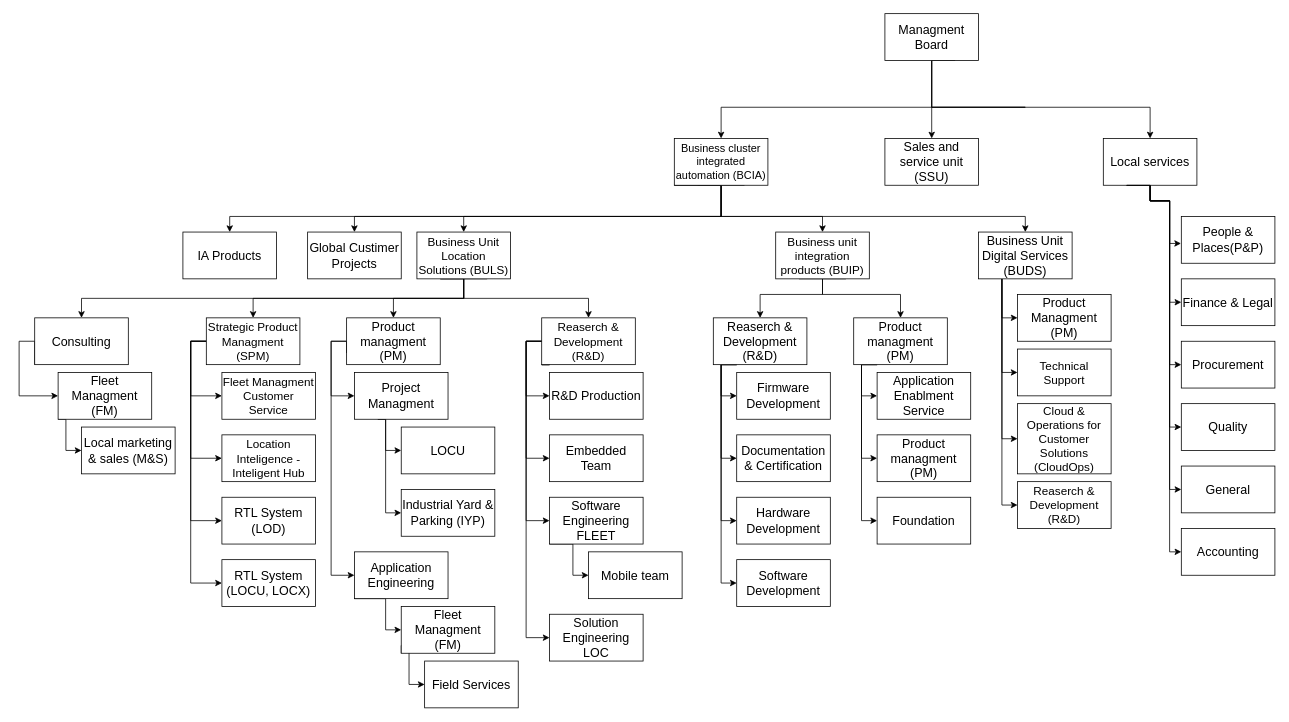
Before: TBP.drawio in VilimTrakos/TDP_projekt, a draw.io diagram. Source tidied: cells renumbered, new cells numbered last; positions are measured from the earlier drawing's top-left corner, leaving out a move shared by most shapes. Both pictures are drawn from the tidied source at 78%, with x=0, y=0 at pixel (19, 13).
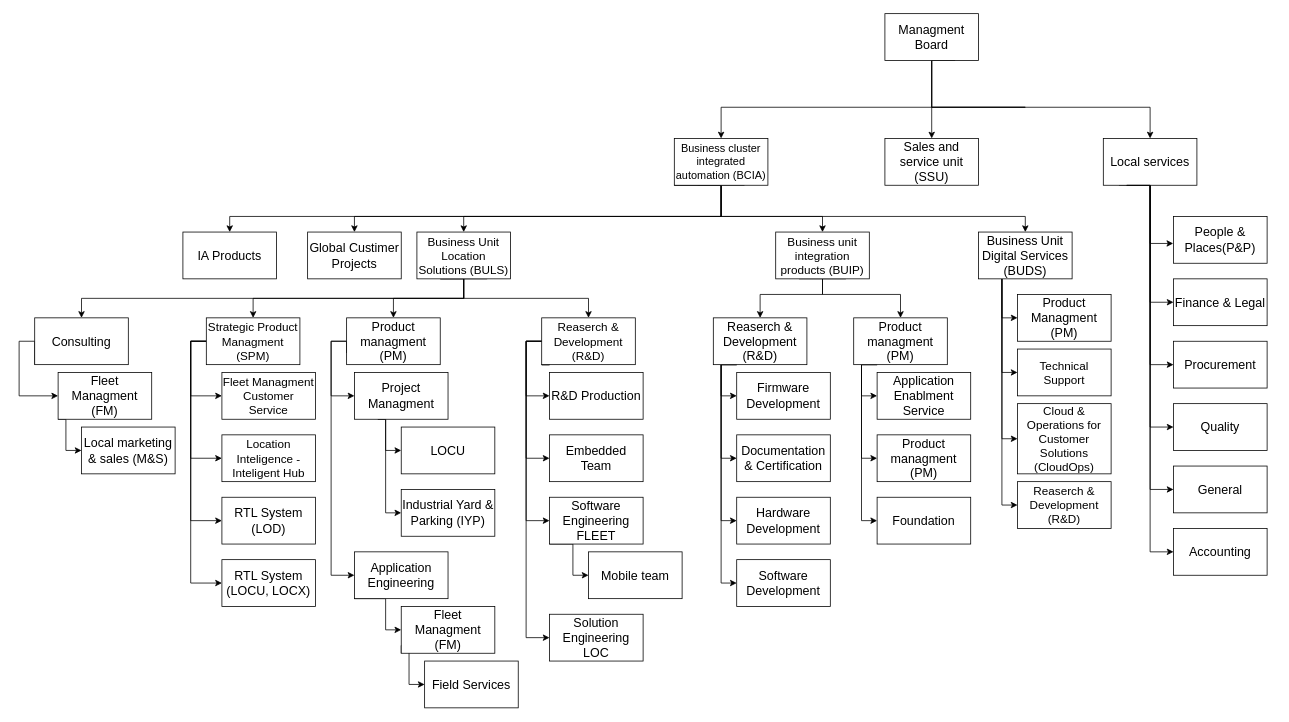
Above is the later version.

Unchanged cells that the change refers to:
```xml
<mxCell id="12" value="Local services" style="rounded=0;whiteSpace=wrap;html=1;fontSize=16;" parent="1" vertex="1">
  <mxGeometry x="1390" y="160" width="120" height="60" as="geometry" />
</mxCell>
```

What changed in the source:
```diff
@@
     <mxCell id="7" style="edgeStyle=orthogonalEdgeStyle;rounded=0;jettySize=auto;html=1;exitX=0.25;exitY=1;exitDx=0;exitDy=0;entryX=0;entryY=0.5;entryDx=0;entryDy=0;" parent="1" edge="1" source="12" target="35">
       <mxGeometry relative="1" as="geometry">
         <Array as="points">
           <mxPoint x="1450" y="220" />
-          <mxPoint x="1450" y="240" />
-          <mxPoint x="1475" y="240" />
-          <mxPoint x="1475" y="370" />
+          <mxPoint x="1450" y="370" />
         </Array>
       </mxGeometry>
     </mxCell>
-    <mxCell id="8" style="edgeStyle=orthogonalEdgeStyle;rounded=0;jettySize=auto;html=1;exitX=0.25;exitY=1;exitDx=0;exitDy=0;entryX=0;entryY=0.5;entryDx=0;entryDy=0;" parent="1" edge="1" source="12" target="36">
+    <mxCell id="8" style="edgeStyle=orthogonalEdgeStyle;rounded=0;orthogonalLoop=1;jettySize=auto;html=1;exitX=0.25;exitY=1;exitDx=0;exitDy=0;entryX=0;entryY=0.5;entryDx=0;entryDy=0;" parent="1" edge="1">
       <mxGeometry relative="1" as="geometry">
+        <mxPoint x="1410" y="220" as="sourcePoint" />
+        <mxPoint x="1480" y="450" as="targetPoint" />
         <Array as="points">
           <mxPoint x="1450" y="220" />
-          <mxPoint x="1450" y="240" />
-          <mxPoint x="1475" y="240" />
-          <mxPoint x="1475" y="450" />
+          <mxPoint x="1450" y="450" />
         </Array>
       </mxGeometry>
     </mxCell>
     <mxCell id="9" style="edgeStyle=orthogonalEdgeStyle;rounded=0;jettySize=auto;html=1;exitX=0.25;exitY=1;exitDx=0;exitDy=0;entryX=0;entryY=0.5;entryDx=0;entryDy=0;" parent="1" edge="1" source="12" target="37">
       <mxGeometry relative="1" as="geometry">
         <Array as="points">
           <mxPoint x="1450" y="220" />
-          <mxPoint x="1450" y="240" />
-          <mxPoint x="1475" y="240" />
-          <mxPoint x="1475" y="530" />
+          <mxPoint x="1450" y="530" />
         </Array>
       </mxGeometry>
     </mxCell>
     <mxCell id="10" style="edgeStyle=orthogonalEdgeStyle;rounded=0;jettySize=auto;html=1;exitX=0.25;exitY=1;exitDx=0;exitDy=0;entryX=0;entryY=0.5;entryDx=0;entryDy=0;" parent="1" edge="1" source="12" target="38">
       <mxGeometry relative="1" as="geometry">
         <Array as="points">
           <mxPoint x="1450" y="220" />
-          <mxPoint x="1450" y="240" />
-          <mxPoint x="1475" y="240" />
-          <mxPoint x="1475" y="610" />
+          <mxPoint x="1450" y="610" />
         </Array>
       </mxGeometry>
     </mxCell>
     <mxCell id="11" style="edgeStyle=orthogonalEdgeStyle;rounded=0;jettySize=auto;html=1;exitX=0.25;exitY=1;exitDx=0;exitDy=0;entryX=0;entryY=0.5;entryDx=0;entryDy=0;" parent="1" edge="1" source="12" target="39">
       <mxGeometry relative="1" as="geometry">
         <Array as="points">
           <mxPoint x="1450" y="220" />
-          <mxPoint x="1450" y="240" />
-          <mxPoint x="1475" y="240" />
-          <mxPoint x="1475" y="690" />
+          <mxPoint x="1450" y="690" />
         </Array>
       </mxGeometry>
     </mxCell>
@@
     <mxCell id="34" value="People &amp;amp; Places(P&amp;amp;P)" style="rounded=0;whiteSpace=wrap;html=1;fontSize=16;" parent="1" vertex="1">
-      <mxGeometry x="1490" y="260" width="120" height="60" as="geometry" />
+      <mxGeometry x="1480" y="260" width="120" height="60" as="geometry" />
     </mxCell>
     <mxCell id="35" value="Finance &amp;amp; Legal" style="rounded=0;whiteSpace=wrap;html=1;fontSize=16;" parent="1" vertex="1">
-      <mxGeometry x="1490" y="340" width="120" height="60" as="geometry" />
+      <mxGeometry x="1480" y="340" width="120" height="60" as="geometry" />
     </mxCell>
     <mxCell id="36" value="Procurement" style="rounded=0;whiteSpace=wrap;html=1;fontSize=16;" parent="1" vertex="1">
-      <mxGeometry x="1490" y="420" width="120" height="60" as="geometry" />
+      <mxGeometry x="1480" y="420" width="120" height="60" as="geometry" />
     </mxCell>
     <mxCell id="37" value="Quality" style="rounded=0;whiteSpace=wrap;html=1;fontSize=16;" parent="1" vertex="1">
-      <mxGeometry x="1490" y="500" width="120" height="60" as="geometry" />
+      <mxGeometry x="1480" y="500" width="120" height="60" as="geometry" />
     </mxCell>
     <mxCell id="38" value="General" style="rounded=0;whiteSpace=wrap;html=1;fontSize=16;" parent="1" vertex="1">
-      <mxGeometry x="1490" y="580" width="120" height="60" as="geometry" />
+      <mxGeometry x="1480" y="580" width="120" height="60" as="geometry" />
     </mxCell>
     <mxCell id="39" value="Accounting" style="rounded=0;whiteSpace=wrap;html=1;fontSize=16;" parent="1" vertex="1">
-      <mxGeometry x="1490" y="660" width="120" height="60" as="geometry" />
+      <mxGeometry x="1480" y="660" width="120" height="60" as="geometry" />
     </mxCell>
@@
     <mxCell id="98" style="edgeStyle=orthogonalEdgeStyle;rounded=0;jettySize=auto;html=1;exitX=0.25;exitY=1;exitDx=0;exitDy=0;entryX=-0.003;entryY=0.577;entryDx=0;entryDy=0;entryPerimeter=0;" parent="1" edge="1" source="12" target="34">
       <mxGeometry relative="1" as="geometry">
         <Array as="points">
           <mxPoint x="1450" y="220" />
-          <mxPoint x="1450" y="240" />
-          <mxPoint x="1475" y="240" />
-          <mxPoint x="1475" y="295" />
+          <mxPoint x="1450" y="295" />
         </Array>
       </mxGeometry>
     </mxCell>
```
